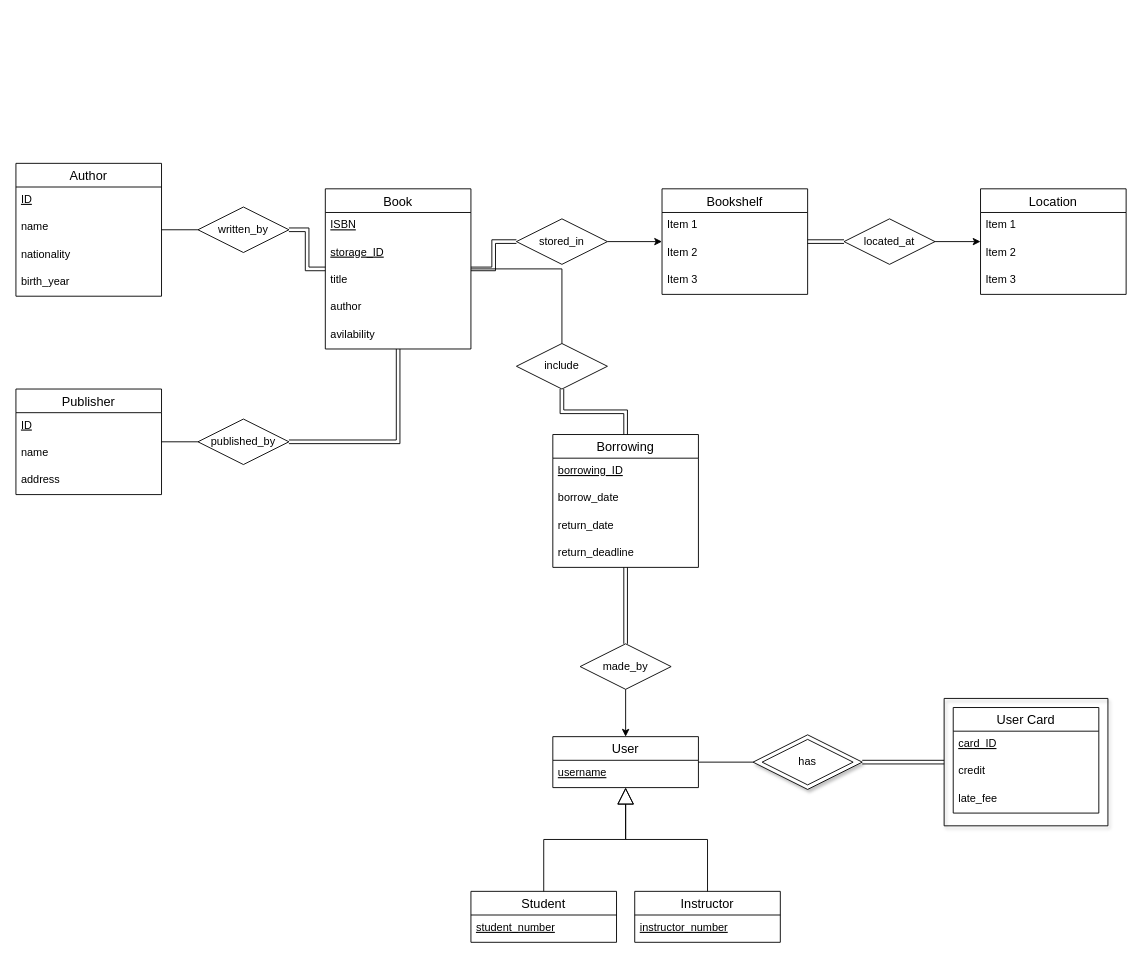
This is Library Management ER diagram.drawio from Kassaking7/eLibraryManagementSystem, a draw.io file, before an edit. Source tidied: cells renumbered, new cells numbered last; positions are measured from the earlier drawing's top-left corner, leaving out a move shared by most shapes. Both pictures are drawn from the tidied source at 91%, with x=0, y=0 at pixel (15, 163).
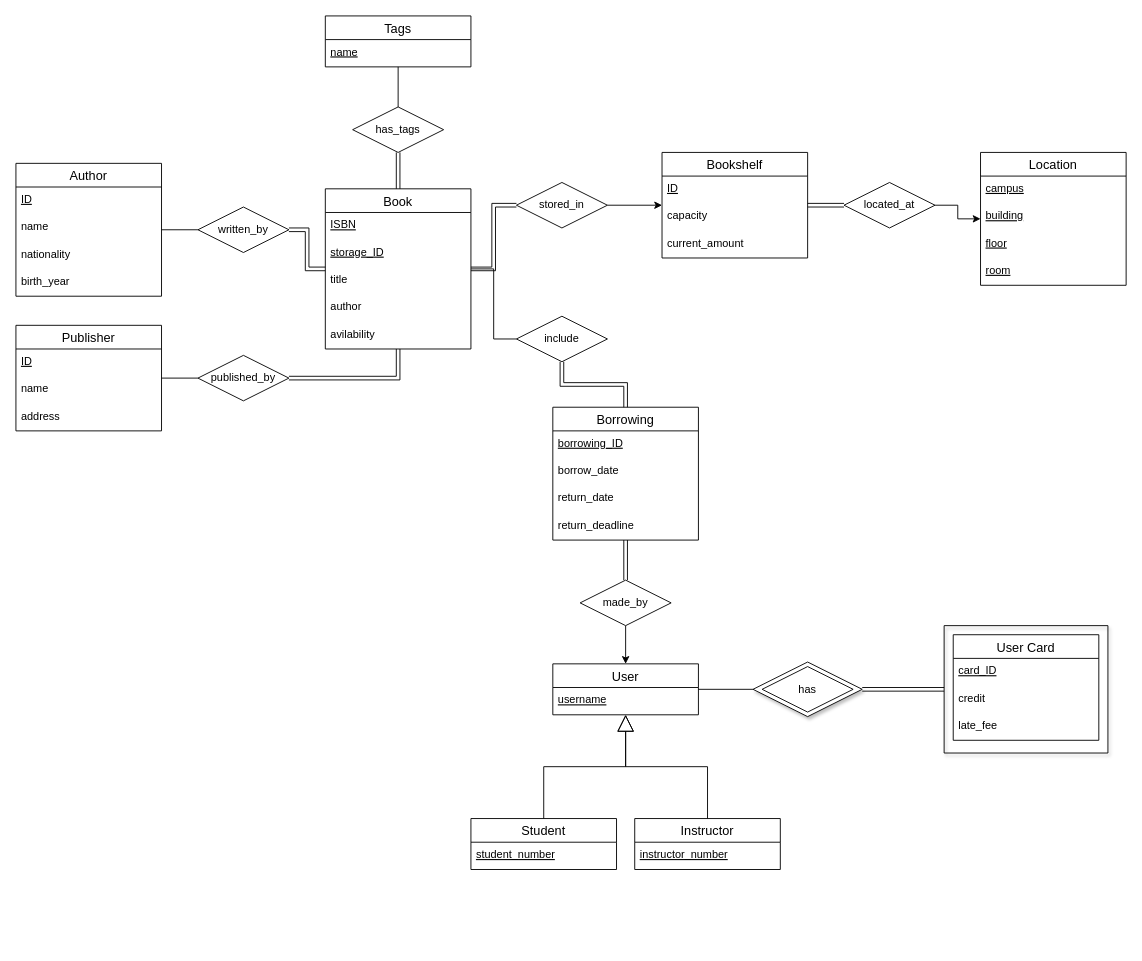
Above is the later version.

Commit message:
Update ER diagram draft

Unchanged cells that the change refers to:
```xml
<mxCell id="3" value="Book" style="swimlane;fontStyle=0;horizontal=1;startSize=26;align=center;fontSize=14;" parent="1" vertex="1">
  <mxGeometry x="340" y="28" width="160" height="176" as="geometry" />
</mxCell>
```

What changed in the source:
```diff
@@
     <mxCell id="2" style="rhombus;whiteSpace=wrap;html=1;shadow=1;" parent="1" vertex="1">
-      <mxGeometry x="810" y="628" width="120" height="60" as="geometry" />
+      <mxGeometry x="810" y="548" width="120" height="60" as="geometry" />
     </mxCell>
@@
     <mxCell id="9" value="Bookshelf" style="swimlane;fontStyle=0;horizontal=1;startSize=26;align=center;fontSize=14;" parent="1" vertex="1">
-      <mxGeometry x="710" y="28" width="160" height="116" as="geometry" />
+      <mxGeometry x="710" y="-12" width="160" height="116" as="geometry" />
     </mxCell>
-    <mxCell id="10" value="Item 1" style="text;strokeColor=none;fillColor=none;spacingLeft=4;spacingRight=4;overflow=hidden;fontSize=12;" parent="9" vertex="1">
+    <mxCell id="10" value="ID" style="text;strokeColor=none;fillColor=none;spacingLeft=4;spacingRight=4;overflow=hidden;fontSize=12;fontStyle=4;" parent="9" vertex="1">
       <mxGeometry y="26" width="160" height="30" as="geometry" />
     </mxCell>
-    <mxCell id="11" value="Item 2" style="text;strokeColor=none;fillColor=none;spacingLeft=4;spacingRight=4;overflow=hidden;fontSize=12;" parent="9" vertex="1">
-      <mxGeometry y="56" width="160" height="30" as="geometry" />
-    </mxCell>
-    <mxCell id="12" value="Item 3" style="text;strokeColor=none;fillColor=none;spacingLeft=4;spacingRight=4;overflow=hidden;fontSize=12;" parent="9" vertex="1">
-      <mxGeometry y="86" width="160" height="30" as="geometry" />
+    <mxCell id="12" value="capacity" style="text;strokeColor=none;fillColor=none;spacingLeft=4;spacingRight=4;overflow=hidden;fontSize=12;" parent="9" vertex="1">
+      <mxGeometry y="56" width="160" height="30" as="geometry" />
     </mxCell>
+    <mxCell id="65" value="current_amount" style="text;strokeColor=none;fillColor=none;spacingLeft=4;spacingRight=4;overflow=hidden;fontSize=12;" parent="9" vertex="1">
+      <mxGeometry y="86" width="160" height="30" as="geometry" />
+    </mxCell>
     <mxCell id="13" value="Location" style="swimlane;fontStyle=0;horizontal=1;startSize=26;align=center;fontSize=14;" parent="1" vertex="1">
-      <mxGeometry x="1060" y="28" width="160" height="116" as="geometry" />
+      <mxGeometry x="1060" y="-12" width="160" height="146" as="geometry" />
     </mxCell>
-    <mxCell id="14" value="Item 1" style="text;strokeColor=none;fillColor=none;spacingLeft=4;spacingRight=4;overflow=hidden;fontSize=12;" parent="13" vertex="1">
+    <mxCell id="14" value="campus" style="text;strokeColor=none;fillColor=none;spacingLeft=4;spacingRight=4;overflow=hidden;fontSize=12;fontStyle=4;" parent="13" vertex="1">
       <mxGeometry y="26" width="160" height="30" as="geometry" />
     </mxCell>
-    <mxCell id="15" value="Item 2" style="text;strokeColor=none;fillColor=none;spacingLeft=4;spacingRight=4;overflow=hidden;fontSize=12;" parent="13" vertex="1">
+    <mxCell id="15" value="building" style="text;strokeColor=none;fillColor=none;spacingLeft=4;spacingRight=4;overflow=hidden;fontSize=12;fontStyle=4;" parent="13" vertex="1">
       <mxGeometry y="56" width="160" height="30" as="geometry" />
     </mxCell>
-    <mxCell id="16" value="Item 3" style="text;strokeColor=none;fillColor=none;spacingLeft=4;spacingRight=4;overflow=hidden;fontSize=12;" parent="13" vertex="1">
+    <mxCell id="16" value="floor" style="text;strokeColor=none;fillColor=none;spacingLeft=4;spacingRight=4;overflow=hidden;fontSize=12;fontStyle=4;" parent="13" vertex="1">
       <mxGeometry y="86" width="160" height="30" as="geometry" />
     </mxCell>
+    <mxCell id="66" value="room" style="text;strokeColor=none;fillColor=none;spacingLeft=4;spacingRight=4;overflow=hidden;fontSize=12;fontStyle=4;" parent="13" vertex="1">
+      <mxGeometry y="116" width="160" height="30" as="geometry" />
+    </mxCell>
@@
     <mxCell id="19" value="stored_in" style="rhombus;whiteSpace=wrap;html=1;" parent="1" vertex="1">
-      <mxGeometry x="550" y="61" width="100" height="50" as="geometry" />
+      <mxGeometry x="550" y="21" width="100" height="50" as="geometry" />
     </mxCell>
@@
     <mxCell id="22" value="located_at" style="rhombus;whiteSpace=wrap;html=1;" parent="1" vertex="1">
-      <mxGeometry x="910" y="61" width="100" height="50" as="geometry" />
+      <mxGeometry x="910" y="21" width="100" height="50" as="geometry" />
     </mxCell>
@@
     <mxCell id="28" value="Publisher" style="swimlane;fontStyle=0;horizontal=1;startSize=26;align=center;fontSize=14;" parent="1" vertex="1">
-      <mxGeometry y="248" width="160" height="116" as="geometry" />
+      <mxGeometry y="178" width="160" height="116" as="geometry" />
     </mxCell>
@@
     <mxCell id="35" value="published_by" style="rhombus;whiteSpace=wrap;html=1;" parent="1" vertex="1">
-      <mxGeometry x="200" y="281" width="100" height="50" as="geometry" />
+      <mxGeometry x="200" y="211" width="100" height="50" as="geometry" />
     </mxCell>
     <mxCell id="36" value="Student" style="swimlane;fontStyle=0;horizontal=1;startSize=26;align=center;fontSize=14;" parent="1" vertex="1">
-      <mxGeometry x="500" y="800" width="160" height="56" as="geometry" />
+      <mxGeometry x="500" y="720" width="160" height="56" as="geometry" />
     </mxCell>
@@
     <mxCell id="38" value="User" style="swimlane;fontStyle=0;horizontal=1;startSize=26;align=center;fontSize=14;" parent="1" vertex="1">
-      <mxGeometry x="590" y="630" width="160" height="56" as="geometry" />
+      <mxGeometry x="590" y="550" width="160" height="56" as="geometry" />
     </mxCell>
@@
     <mxCell id="40" value="Instructor" style="swimlane;fontStyle=0;horizontal=1;startSize=26;align=center;fontSize=14;" parent="1" vertex="1">
-      <mxGeometry x="680" y="800" width="160" height="56" as="geometry" />
+      <mxGeometry x="680" y="720" width="160" height="56" as="geometry" />
     </mxCell>
@@
     <mxCell id="46" value="Borrowing" style="swimlane;fontStyle=0;horizontal=1;startSize=26;align=center;fontSize=14;" parent="1" vertex="1">
-      <mxGeometry x="590" y="298" width="160" height="146" as="geometry" />
+      <mxGeometry x="590" y="268" width="160" height="146" as="geometry" />
     </mxCell>
@@
     <mxCell id="53" value="made_by" style="rhombus;whiteSpace=wrap;html=1;" parent="1" vertex="1">
-      <mxGeometry x="620" y="528" width="100" height="50" as="geometry" />
+      <mxGeometry x="620" y="458" width="100" height="50" as="geometry" />
     </mxCell>
@@
     <mxCell id="55" value="include" style="rhombus;whiteSpace=wrap;html=1;" parent="1" vertex="1">
-      <mxGeometry x="550" y="198" width="100" height="50" as="geometry" />
+      <mxGeometry x="550" y="168" width="100" height="50" as="geometry" />
     </mxCell>
-    <mxCell id="56" style="endArrow=none;html=1;rounded=0;entryX=0.5;entryY=0;entryDx=0;entryDy=0;edgeStyle=orthogonalEdgeStyle;" parent="1" edge="1" source="3" target="55">
+    <mxCell id="56" style="endArrow=none;html=1;rounded=0;entryX=0;entryY=0.5;entryDx=0;entryDy=0;edgeStyle=orthogonalEdgeStyle;" parent="1" edge="1" source="3" target="55">
       <mxGeometry relative="1" as="geometry" />
     </mxCell>
@@
     <mxCell id="58" value="has" style="rhombus;whiteSpace=wrap;html=1;" parent="1" vertex="1">
-      <mxGeometry x="820" y="633" width="100" height="50" as="geometry" />
+      <mxGeometry x="820" y="553" width="100" height="50" as="geometry" />
     </mxCell>
     <mxCell id="59" value="User Card" style="swimlane;fontStyle=0;horizontal=1;startSize=26;align=center;fontSize=14;" parent="1" vertex="1">
-      <mxGeometry x="1030" y="598" width="160" height="116" as="geometry" />
+      <mxGeometry x="1030" y="518" width="160" height="116" as="geometry" />
     </mxCell>
@@
     <mxCell id="64" style="swimlane;startSize=0;shadow=1;" parent="1" vertex="1">
-      <mxGeometry x="1020" y="588" width="180" height="140" as="geometry" />
+      <mxGeometry x="1020" y="508" width="180" height="140" as="geometry" />
     </mxCell>
+    <mxCell id="67" value="Tags" style="swimlane;fontStyle=0;horizontal=1;startSize=26;align=center;fontSize=14;" parent="1" vertex="1">
+      <mxGeometry x="340" y="-162" width="160" height="56" as="geometry" />
+    </mxCell>
+    <mxCell id="68" value="name" style="text;strokeColor=none;fillColor=none;spacingLeft=4;spacingRight=4;overflow=hidden;fontSize=12;fontStyle=4;" parent="67" vertex="1">
+      <mxGeometry y="26" width="160" height="30" as="geometry" />
+    </mxCell>
+    <mxCell id="69" value="has_tags" style="rhombus;whiteSpace=wrap;html=1;" parent="1" vertex="1">
+      <mxGeometry x="370" y="-62" width="100" height="50" as="geometry" />
+    </mxCell>
+    <mxCell id="70" style="endArrow=none;html=1;rounded=0;entryX=0.5;entryY=1;entryDx=0;entryDy=0;shape=link;" parent="1" edge="1" source="3" target="69">
+      <mxGeometry relative="1" as="geometry" />
+    </mxCell>
+    <mxCell id="71" style="endArrow=none;html=1;rounded=0;exitX=0.5;exitY=0;exitDx=0;exitDy=0;" parent="1" edge="1" source="69" target="67">
+      <mxGeometry relative="1" as="geometry" />
+    </mxCell>
```
